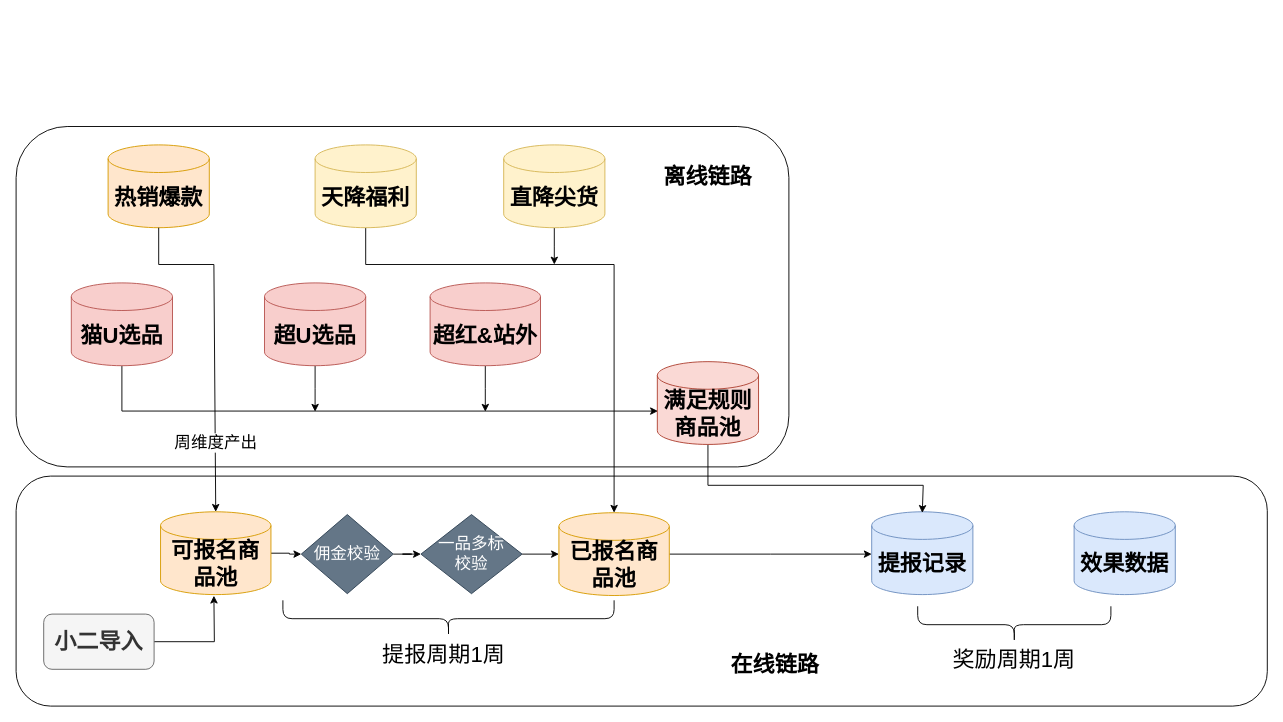
Above: 淘客激励升级.drawio in RuishanFang/notes (draw.io), before the change. Source tidied: cells renumbered, new cells numbered last; positions are measured from the earlier drawing's top-left corner, leaving out a move shared by most shapes. Both pictures are drawn from the tidied source at 92%, with x=0, y=0 at pixel (16, 126).
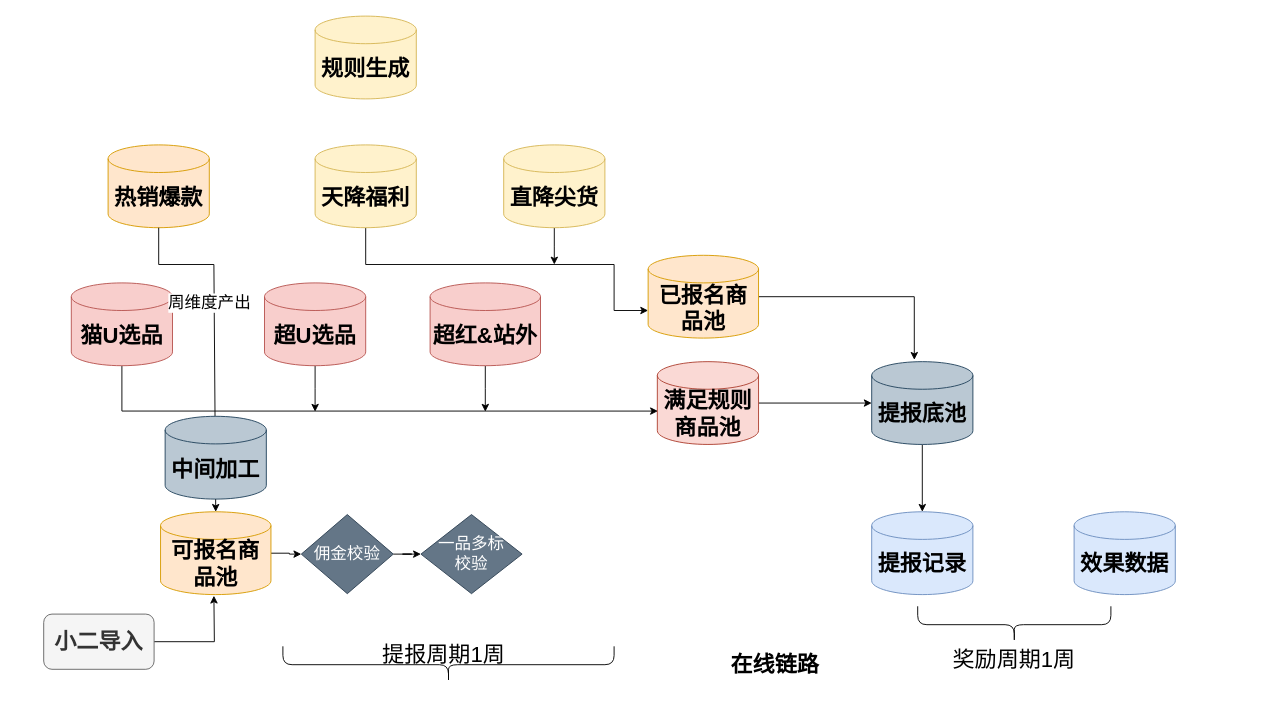
The same page after the edit.

Commit message:
更新淘客激励升级.drawio

The change refers to these unchanged cells:
```xml
<mxCell id="6" value="&lt;font style=&quot;font-size: 24px;&quot;&gt;&lt;b style=&quot;&quot;&gt;天降福利&lt;/b&gt;&lt;/font&gt;" style="shape=cylinder3;whiteSpace=wrap;html=1;boundedLbl=1;backgroundOutline=1;size=15;fillColor=#fff2cc;strokeColor=#d6b656;" parent="1" vertex="1">
  <mxGeometry x="325" y="20" width="110" height="90" as="geometry" />
</mxCell>
<mxCell id="13" value="&lt;font style=&quot;font-size: 24px;&quot;&gt;&lt;b style=&quot;&quot;&gt;提报记录&lt;/b&gt;&lt;/font&gt;" style="shape=cylinder3;whiteSpace=wrap;html=1;boundedLbl=1;backgroundOutline=1;size=15;fillColor=#dae8fc;strokeColor=#6c8ebf;" parent="1" vertex="1">
  <mxGeometry x="930" y="418.8" width="110" height="90" as="geometry" />
</mxCell>
<mxCell id="30" style="endArrow=classic;html=1;rounded=0;exitX=0.5;exitY=1;exitDx=0;exitDy=0;exitPerimeter=0;entryX=0.5;entryY=0;entryDx=0;entryDy=0;entryPerimeter=0;" parent="1" edge="1" source="4" target="10">
  <mxGeometry relative="1" as="geometry">
    <Array as="points">
      <mxPoint x="155" y="150" />
      <mxPoint x="215" y="150" />
    </Array>
  </mxGeometry>
</mxCell>
<mxCell id="35" value="&lt;font style=&quot;font-size: 24px;&quot;&gt;&lt;b style=&quot;&quot;&gt;满足规则商品池&lt;/b&gt;&lt;/font&gt;" style="shape=cylinder3;whiteSpace=wrap;html=1;boundedLbl=1;backgroundOutline=1;size=15;fillColor=#fad9d5;strokeColor=#ae4132;" parent="1" vertex="1">
  <mxGeometry x="697" y="255.6" width="110" height="90" as="geometry" />
</mxCell>
<mxCell id="36" value="&lt;font style=&quot;font-size: 18px;&quot;&gt;一品多标&lt;br&gt;校验&lt;/font&gt;" style="rhombus;whiteSpace=wrap;html=1;fillColor=#647687;fontColor=#ffffff;strokeColor=#314354;" parent="1" vertex="1">
  <mxGeometry x="440" y="421.8" width="110" height="86" as="geometry" />
</mxCell>
```

Change to the diagram source:
```diff
@@
-    <mxCell id="2" style="rounded=1;whiteSpace=wrap;html=1;" parent="1" vertex="1">
-      <mxGeometry y="380" width="1360" height="250" as="geometry" />
-    </mxCell>
-    <mxCell id="3" style="rounded=1;whiteSpace=wrap;html=1;" parent="1" vertex="1">
-      <mxGeometry width="840" height="370" as="geometry" />
-    </mxCell>
@@
-    <mxCell id="5" style="edgeStyle=orthogonalEdgeStyle;rounded=0;jettySize=auto;html=1;entryX=0.5;entryY=0;entryDx=0;entryDy=0;entryPerimeter=0;" parent="1" edge="1" source="6" target="12">
+    <mxCell id="5" style="edgeStyle=orthogonalEdgeStyle;rounded=0;jettySize=auto;html=1;entryX=0;entryY=0;entryDx=0;entryDy=60;entryPerimeter=0;" parent="1" edge="1" source="6" target="12">
       <mxGeometry relative="1" as="geometry">
         <Array as="points">
           <mxPoint x="380" y="150" />
           <mxPoint x="650" y="150" />
+          <mxPoint x="650" y="200" />
         </Array>
       </mxGeometry>
     </mxCell>
@@
-    <mxCell id="11" style="edgeStyle=orthogonalEdgeStyle;rounded=0;jettySize=auto;html=1;" parent="1" edge="1" source="12">
-      <mxGeometry relative="1" as="geometry">
-        <mxPoint x="930" y="464.8" as="targetPoint" />
-      </mxGeometry>
-    </mxCell>
+    <mxCell id="37" style="edgeStyle=orthogonalEdgeStyle;rounded=0;jettySize=auto;html=1;entryX=0.421;entryY=-0.022;entryDx=0;entryDy=0;entryPerimeter=0;" parent="1" edge="1" source="12" target="40">
+      <mxGeometry relative="1" as="geometry" />
+    </mxCell>
     <mxCell id="12" value="&lt;span style=&quot;font-size: 24px;&quot;&gt;&lt;b&gt;已报名商品池&lt;/b&gt;&lt;/span&gt;" style="shape=cylinder3;whiteSpace=wrap;html=1;boundedLbl=1;backgroundOutline=1;size=15;fillColor=#ffe6cc;strokeColor=#d79b00;" parent="1" vertex="1">
-      <mxGeometry x="590" y="419.8" width="120" height="90" as="geometry" />
+      <mxGeometry x="687" y="140" width="120" height="90" as="geometry" />
     </mxCell>
@@
-    <mxCell id="15" style="endArrow=classic;html=1;rounded=0;exitX=1;exitY=0.5;exitDx=0;exitDy=0;exitPerimeter=0;entryX=0;entryY=0.5;entryDx=0;entryDy=0;entryPerimeter=0;" parent="1" edge="1" source="36" target="12">
-      <mxGeometry relative="1" as="geometry" />
-    </mxCell>
-    <mxCell id="16" value="&lt;font style=&quot;font-size: 24px;&quot;&gt;&lt;b&gt;离线链路&lt;/b&gt;&lt;/font&gt;" style="text;html=1;strokeColor=none;fillColor=none;align=center;verticalAlign=middle;whiteSpace=wrap;rounded=0;" parent="1" vertex="1">
-      <mxGeometry x="697" y="40" width="110" height="30" as="geometry" />
-    </mxCell>
     <mxCell id="17" style="shape=curlyBracket;whiteSpace=wrap;html=1;rounded=1;labelPosition=left;verticalLabelPosition=middle;align=right;verticalAlign=middle;rotation=-90;" parent="1" vertex="1">
-      <mxGeometry x="450" y="355" width="40" height="360" as="geometry" />
+      <mxGeometry x="450" y="405" width="40" height="360" as="geometry" />
     </mxCell>
@@
     <mxCell id="31" value="&lt;font style=&quot;font-size: 18px;&quot;&gt;周维度产出&lt;/font&gt;" style="edgeLabel;html=1;align=center;verticalAlign=middle;" parent="30" vertex="1">
       <mxGeometry x="0.12" y="-2" relative="1" as="geometry">
-        <mxPoint x="3" y="86" as="offset" />
+        <mxPoint x="-4" y="-66" as="offset" />
       </mxGeometry>
     </mxCell>
@@
-    <mxCell id="34" style="edgeStyle=orthogonalEdgeStyle;rounded=0;jettySize=auto;html=1;" parent="1" edge="1" source="35">
-      <mxGeometry relative="1" as="geometry">
-        <mxPoint x="985" y="420" as="targetPoint" />
-        <Array as="points">
-          <mxPoint x="752" y="390" />
-          <mxPoint x="986" y="390" />
-        </Array>
-      </mxGeometry>
-    </mxCell>
+    <mxCell id="38" style="edgeStyle=orthogonalEdgeStyle;rounded=0;jettySize=auto;html=1;" parent="1" edge="1" source="35" target="40">
+      <mxGeometry relative="1" as="geometry" />
+    </mxCell>
@@
+    <mxCell id="39" style="edgeStyle=orthogonalEdgeStyle;rounded=0;jettySize=auto;html=1;" parent="1" edge="1" source="40" target="13">
+      <mxGeometry relative="1" as="geometry" />
+    </mxCell>
+    <mxCell id="40" value="&lt;span style=&quot;font-size: 24px;&quot;&gt;&lt;b&gt;提报底池&lt;/b&gt;&lt;/span&gt;" style="shape=cylinder3;whiteSpace=wrap;html=1;boundedLbl=1;backgroundOutline=1;size=15;fillColor=#bac8d3;strokeColor=#23445d;" parent="1" vertex="1">
+      <mxGeometry x="930" y="255.6" width="110" height="90" as="geometry" />
+    </mxCell>
+    <mxCell id="41" value="&lt;font style=&quot;font-size: 24px;&quot;&gt;&lt;b style=&quot;&quot;&gt;规则生成&lt;/b&gt;&lt;/font&gt;" style="shape=cylinder3;whiteSpace=wrap;html=1;boundedLbl=1;backgroundOutline=1;size=15;fillColor=#fff2cc;strokeColor=#d6b656;" parent="1" vertex="1">
+      <mxGeometry x="325" y="-120" width="110" height="90" as="geometry" />
+    </mxCell>
+    <mxCell id="42" value="&lt;span style=&quot;font-size: 24px;&quot;&gt;&lt;b&gt;中间加工&lt;/b&gt;&lt;/span&gt;" style="shape=cylinder3;whiteSpace=wrap;html=1;boundedLbl=1;backgroundOutline=1;size=15;fillColor=#bac8d3;strokeColor=#23445d;" parent="1" vertex="1">
+      <mxGeometry x="162" y="315" width="110" height="90" as="geometry" />
+    </mxCell>
```
